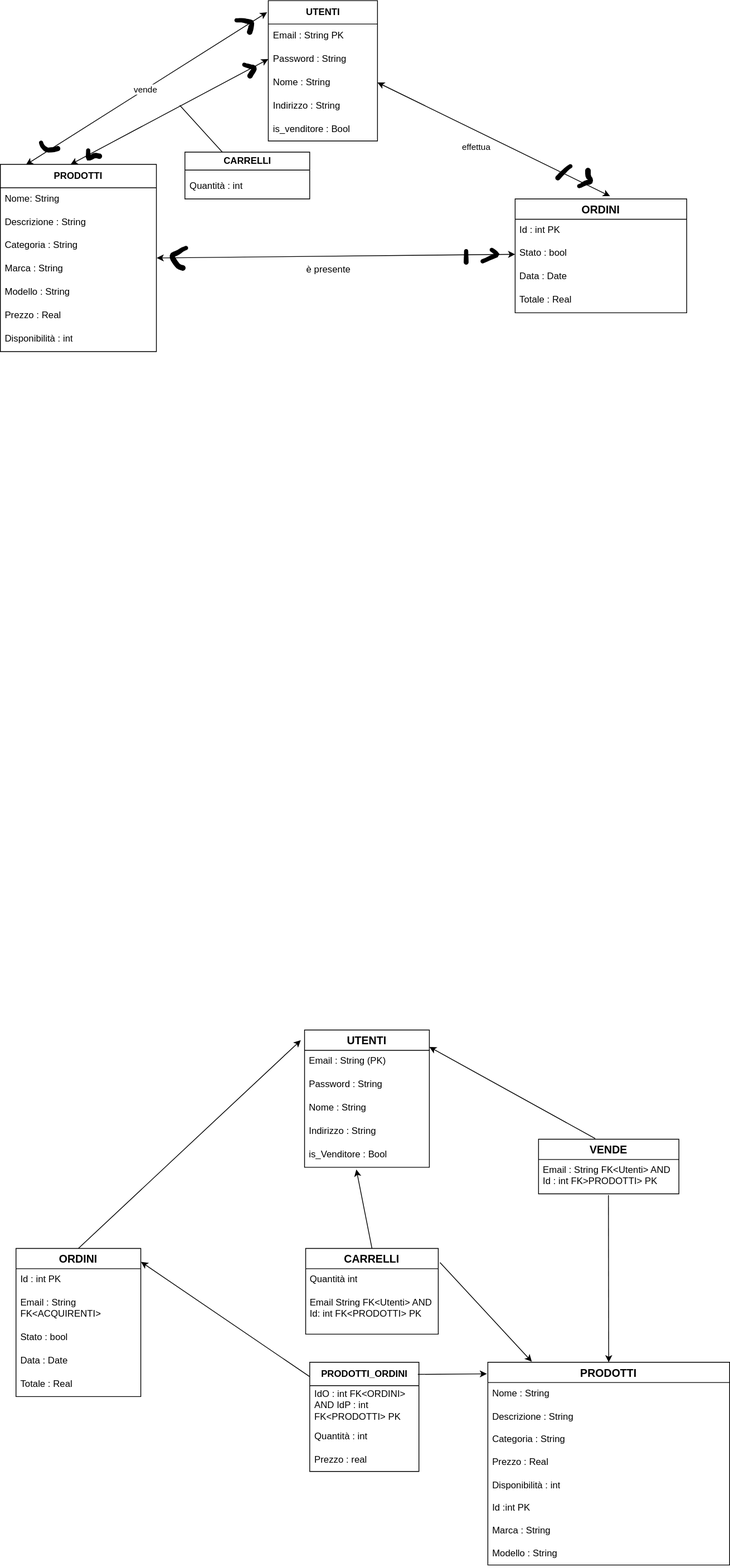
This is 2023-2024/Basi di Dati/Progetto/Diagramma E-Commerce.svg from paolotito1803/Informatica, a draw.io export, as it was before one commit. Source tidied: cells renumbered, new cells last; positions are measured from the earlier drawing's top-left corner, leaving out a move shared by most shapes.
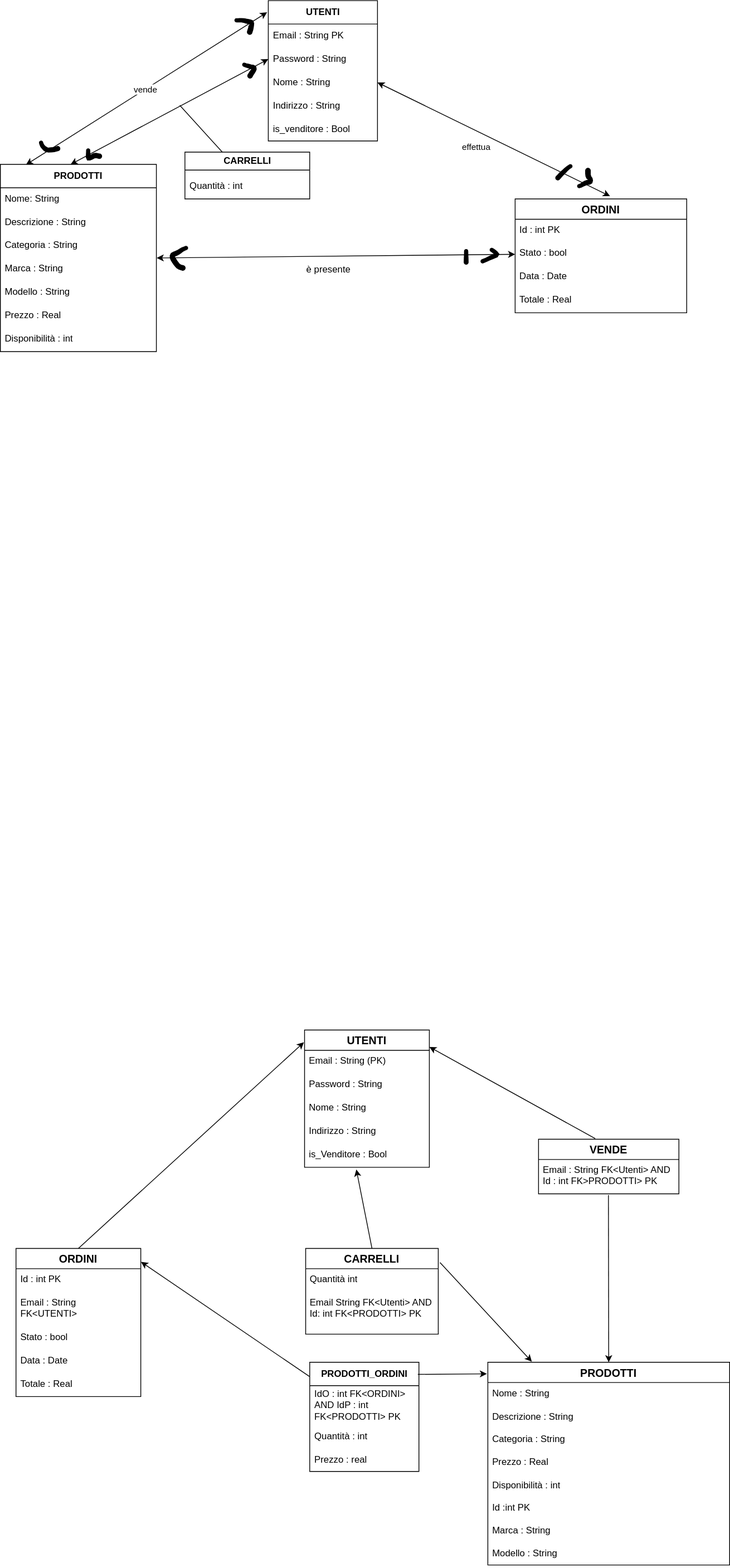
The same diagram one commit later.

Commit message:
Aggiornamento schema concettuale e relazionale

What changed in the source:
```diff
@@ -46,7 +46,7 @@
     <mxCell id="15" value="Id : int PK" style="text;strokeColor=none;fillColor=none;spacingLeft=4;spacingRight=4;overflow=hidden;fontSize=12;whiteSpace=wrap;html=1;" parent="14" vertex="1">
       <mxGeometry y="26" width="160" height="30" as="geometry" />
     </mxCell>
-    <mxCell id="16" value="Email : String FK&amp;lt;ACQUIRENTI&amp;gt;&amp;nbsp;" style="text;strokeColor=none;fillColor=none;spacingLeft=4;spacingRight=4;overflow=hidden;fontSize=12;whiteSpace=wrap;html=1;" parent="14" vertex="1">
+    <mxCell id="16" value="Email : String FK&amp;lt;UTENTI&amp;gt;&amp;nbsp;" style="text;strokeColor=none;fillColor=none;spacingLeft=4;spacingRight=4;overflow=hidden;fontSize=12;whiteSpace=wrap;html=1;" parent="14" vertex="1">
       <mxGeometry y="56" width="160" height="44" as="geometry" />
     </mxCell>
     <mxCell id="17" value="Stato : bool" style="text;strokeColor=none;fillColor=none;spacingLeft=4;spacingRight=4;overflow=hidden;fontSize=12;whiteSpace=wrap;html=1;" parent="14" vertex="1">
@@ -79,7 +79,7 @@
     <mxCell id="26" value="Email String FK&amp;lt;Utenti&amp;gt; AND Id: int FK&amp;lt;PRODOTTI&amp;gt; PK" style="text;strokeColor=none;fillColor=none;spacingLeft=4;spacingRight=4;overflow=hidden;fontSize=12;whiteSpace=wrap;html=1;" parent="24" vertex="1">
       <mxGeometry y="56" width="170" height="54" as="geometry" />
     </mxCell>
-    <mxCell id="27" style="endArrow=classic;html=1;rounded=0;entryX=-0.03;entryY=0.074;entryDx=0;entryDy=0;entryPerimeter=0;exitX=0.5;exitY=0;exitDx=0;exitDy=0;" parent="1" edge="1" source="14" target="8">
+    <mxCell id="27" style="endArrow=classic;html=1;rounded=0;entryX=-0.005;entryY=0.089;entryDx=0;entryDy=0;entryPerimeter=0;exitX=0.5;exitY=0;exitDx=0;exitDy=0;" parent="1" edge="1" source="14" target="8">
       <mxGeometry relative="1" as="geometry" />
     </mxCell>
     <mxCell id="28" value="VENDE" style="swimlane;fontStyle=1;horizontal=1;startSize=26;align=center;fontSize=14;" parent="1" vertex="1">
```
